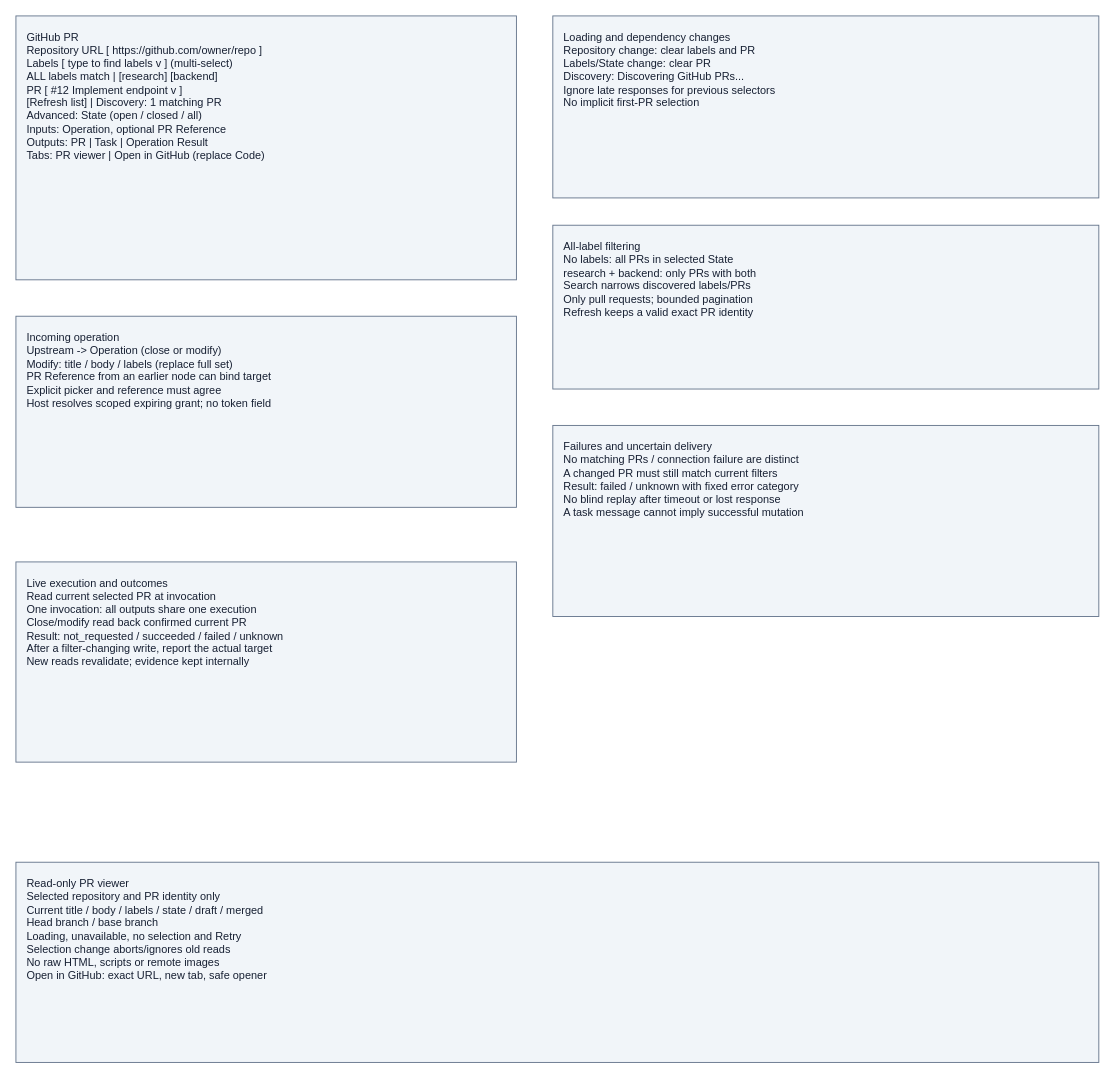
Above: projects/laomedo/subsystems/issue-integration/design/github-pr-node.drawio in amadou-6e/specs (draw.io), before the change. Source tidied: cells renumbered, new cells numbered last; positions are measured from the earlier drawing's top-left corner, leaving out a move shared by most shapes. Both pictures are drawn from the tidied source at 91%, with x=0, y=0 at pixel (15, 15).
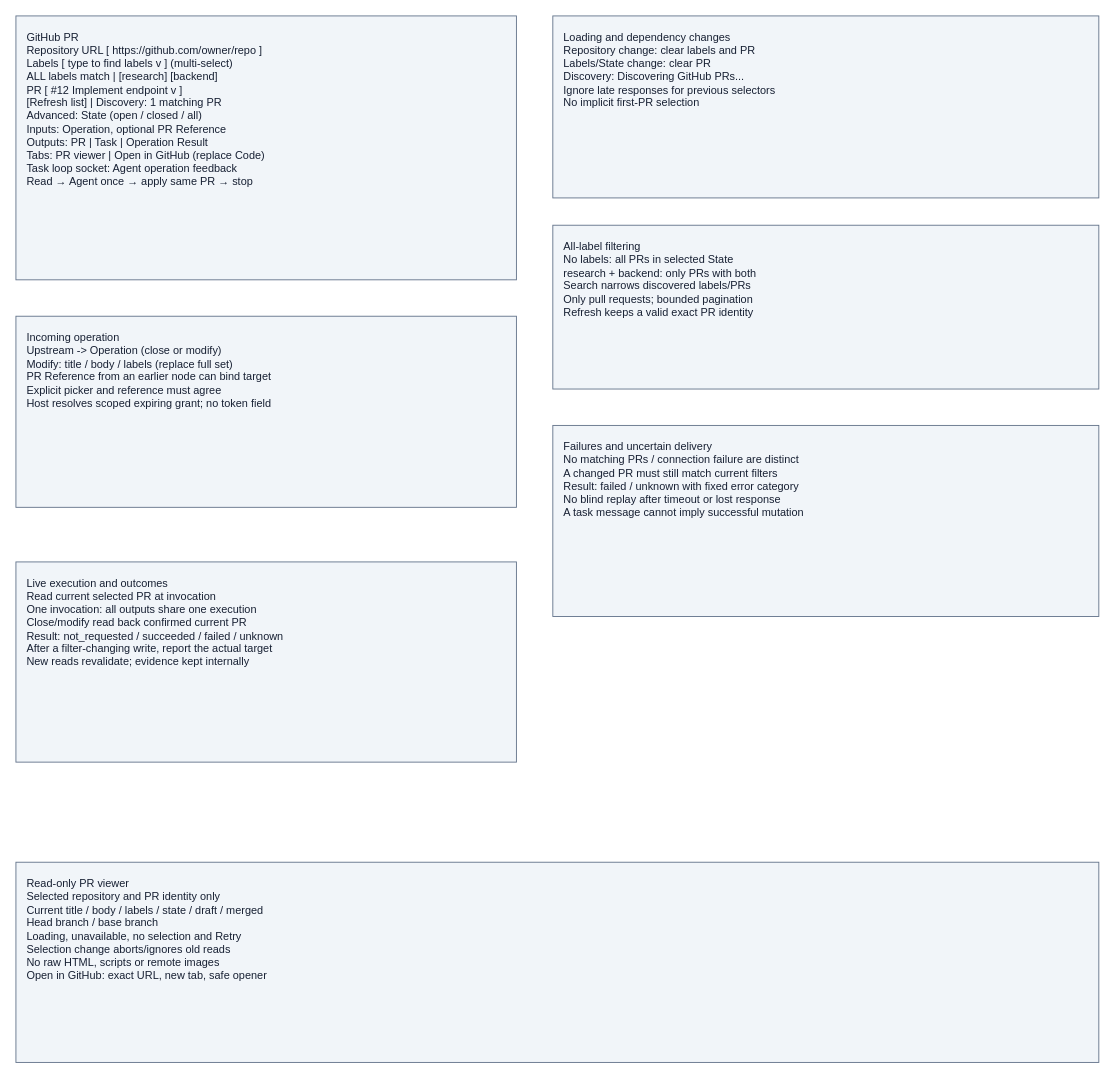
After the change.

Commit message (it also covers changes not shown here):
Specify a two-node PR and Agent round trip

Diff of the diagram source:
```diff
@@
 <mxGraphModel>
   <root>
     <mxCell id="0" />
     <mxCell id="1" parent="0" />
-    <mxCell id="2" value="GitHub PR&#10;Repository URL [ https://github.com/owner/repo ]&#10;Labels [ type to find labels v ] (multi-select)&#10;ALL labels match | [research] [backend]&#10;PR [ #12 Implement endpoint                 v ]&#10;[Refresh list] | Discovery: 1 matching PR&#10;Advanced: State (open / closed / all)&#10;Inputs: Operation, optional PR Reference&#10;Outputs: PR | Task | Operation Result&#10;Tabs: PR viewer | Open in GitHub (replace Code)" style="rounded=0;whiteSpace=wrap;html=0;align=left;verticalAlign=top;spacing=12;fillColor=#f1f5f9;strokeColor=#64748b;fontColor=#172033;" parent="1" vertex="1">
+    <mxCell id="2" value="GitHub PR&#10;Repository URL [ https://github.com/owner/repo ]&#10;Labels [ type to find labels v ] (multi-select)&#10;ALL labels match | [research] [backend]&#10;PR [ #12 Implement endpoint                 v ]&#10;[Refresh list] | Discovery: 1 matching PR&#10;Advanced: State (open / closed / all)&#10;Inputs: Operation, optional PR Reference&#10;Outputs: PR | Task | Operation Result&#10;Tabs: PR viewer | Open in GitHub (replace Code)&#10;Task loop socket: Agent operation feedback&#10;Read → Agent once → apply same PR → stop" style="rounded=0;whiteSpace=wrap;html=0;align=left;verticalAlign=top;spacing=12;fillColor=#f1f5f9;strokeColor=#64748b;fontColor=#172033;" parent="1" vertex="1">
       <mxGeometry width="550" height="290" as="geometry" />
     </mxCell>
     <mxCell id="3" value="Loading and dependency changes&#10;Repository change: clear labels and PR&#10;Labels/State change: clear PR&#10;Discovery: Discovering GitHub PRs...&#10;Ignore late responses for previous selectors&#10;No implicit first-PR selection" style="rounded=0;whiteSpace=wrap;html=0;align=left;verticalAlign=top;spacing=12;fillColor=#f1f5f9;strokeColor=#64748b;fontColor=#172033;" parent="1" vertex="1">
       <mxGeometry x="590" width="600" height="200" as="geometry" />
     </mxCell>
     <mxCell id="4" value="All-label filtering&#10;No labels: all PRs in selected State&#10;research + backend: only PRs with both&#10;Search narrows discovered labels/PRs&#10;Only pull requests; bounded pagination&#10;Refresh keeps a valid exact PR identity" style="rounded=0;whiteSpace=wrap;html=0;align=left;verticalAlign=top;spacing=12;fillColor=#f1f5f9;strokeColor=#64748b;fontColor=#172033;" parent="1" vertex="1">
       <mxGeometry x="590" y="230" width="600" height="180" as="geometry" />
     </mxCell>
     <mxCell id="5" value="Incoming operation&#10;Upstream -&gt; Operation (close or modify)&#10;Modify: title / body / labels (replace full set)&#10;PR Reference from an earlier node can bind target&#10;Explicit picker and reference must agree&#10;Host resolves scoped expiring grant; no token field" style="rounded=0;whiteSpace=wrap;html=0;align=left;verticalAlign=top;spacing=12;fillColor=#f1f5f9;strokeColor=#64748b;fontColor=#172033;" parent="1" vertex="1">
       <mxGeometry y="330" width="550" height="210" as="geometry" />
     </mxCell>
     <mxCell id="6" value="Failures and uncertain delivery&#10;No matching PRs / connection failure are distinct&#10;A changed PR must still match current filters&#10;Result: failed / unknown with fixed error category&#10;No blind replay after timeout or lost response&#10;A task message cannot imply successful mutation" style="rounded=0;whiteSpace=wrap;html=0;align=left;verticalAlign=top;spacing=12;fillColor=#f1f5f9;strokeColor=#64748b;fontColor=#172033;" parent="1" vertex="1">
       <mxGeometry x="590" y="450" width="600" height="210" as="geometry" />
     </mxCell>
     <mxCell id="7" value="Live execution and outcomes&#10;Read current selected PR at invocation&#10;One invocation: all outputs share one execution&#10;Close/modify read back confirmed current PR&#10;Result: not_requested / succeeded / failed / unknown&#10;After a filter-changing write, report the actual target&#10;New reads revalidate; evidence kept internally" style="rounded=0;whiteSpace=wrap;html=0;align=left;verticalAlign=top;spacing=12;fillColor=#f1f5f9;strokeColor=#64748b;fontColor=#172033;" parent="1" vertex="1">
       <mxGeometry y="600" width="550" height="220" as="geometry" />
     </mxCell>
     <mxCell id="8" value="Read-only PR viewer&#10;Selected repository and PR identity only&#10;Current title / body / labels / state / draft / merged&#10;Head branch / base branch&#10;Loading, unavailable, no selection and Retry&#10;Selection change aborts/ignores old reads&#10;No raw HTML, scripts or remote images&#10;Open in GitHub: exact URL, new tab, safe opener" style="rounded=0;whiteSpace=wrap;html=0;align=left;verticalAlign=top;spacing=12;fillColor=#f1f5f9;strokeColor=#64748b;fontColor=#172033;" parent="1" vertex="1">
       <mxGeometry y="930" width="1190" height="220" as="geometry" />
     </mxCell>
   </root>
 </mxGraphModel>
```
